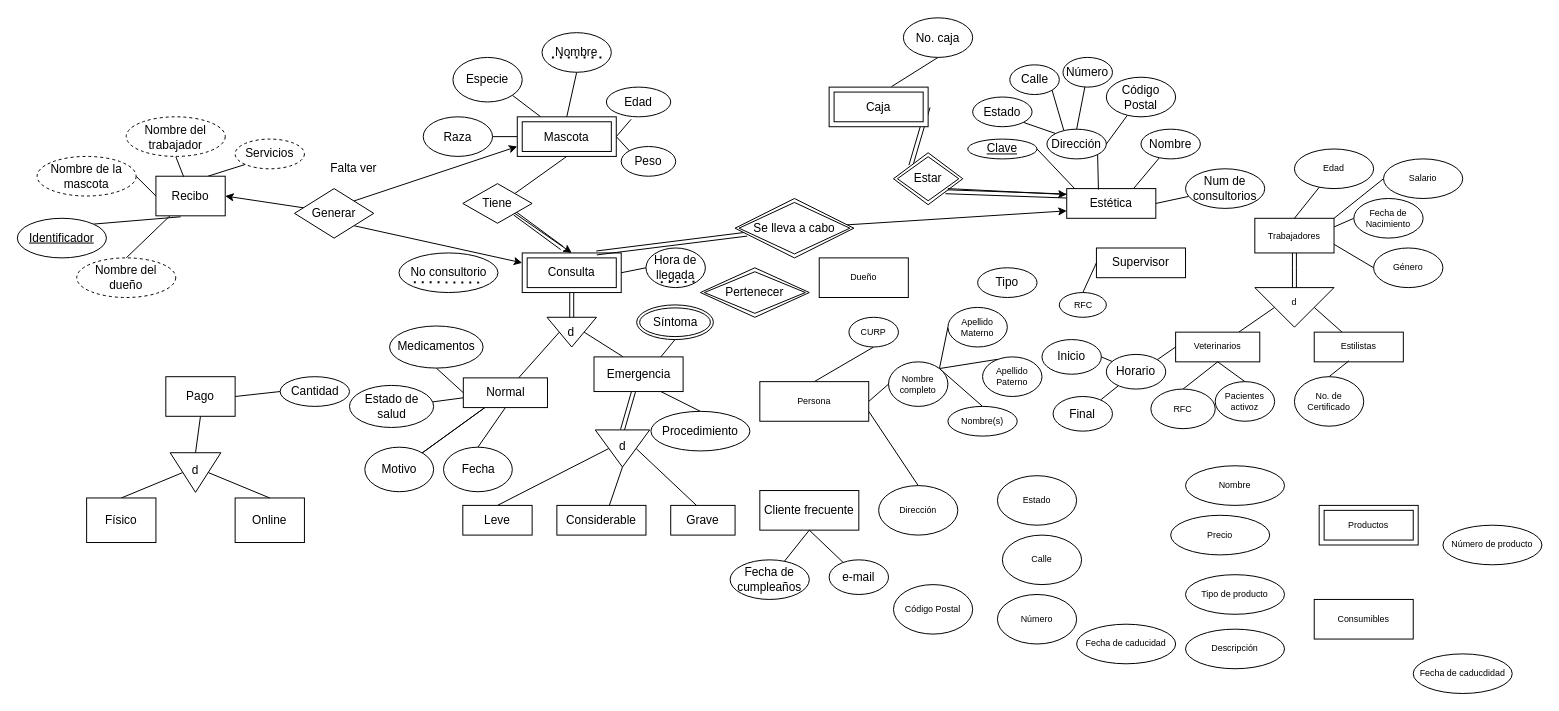
FBD-Alfa/Practica03 keeps this draw.io diagram as Untitled Diagram (1).drawio. Above is the earlier version. Source tidied: cells renumbered, new cells numbered last; positions are measured from the earlier drawing's top-left corner, leaving out a move shared by most shapes. Both pictures are drawn from the tidied source at 99%, with x=0, y=0 at pixel (17, 18).
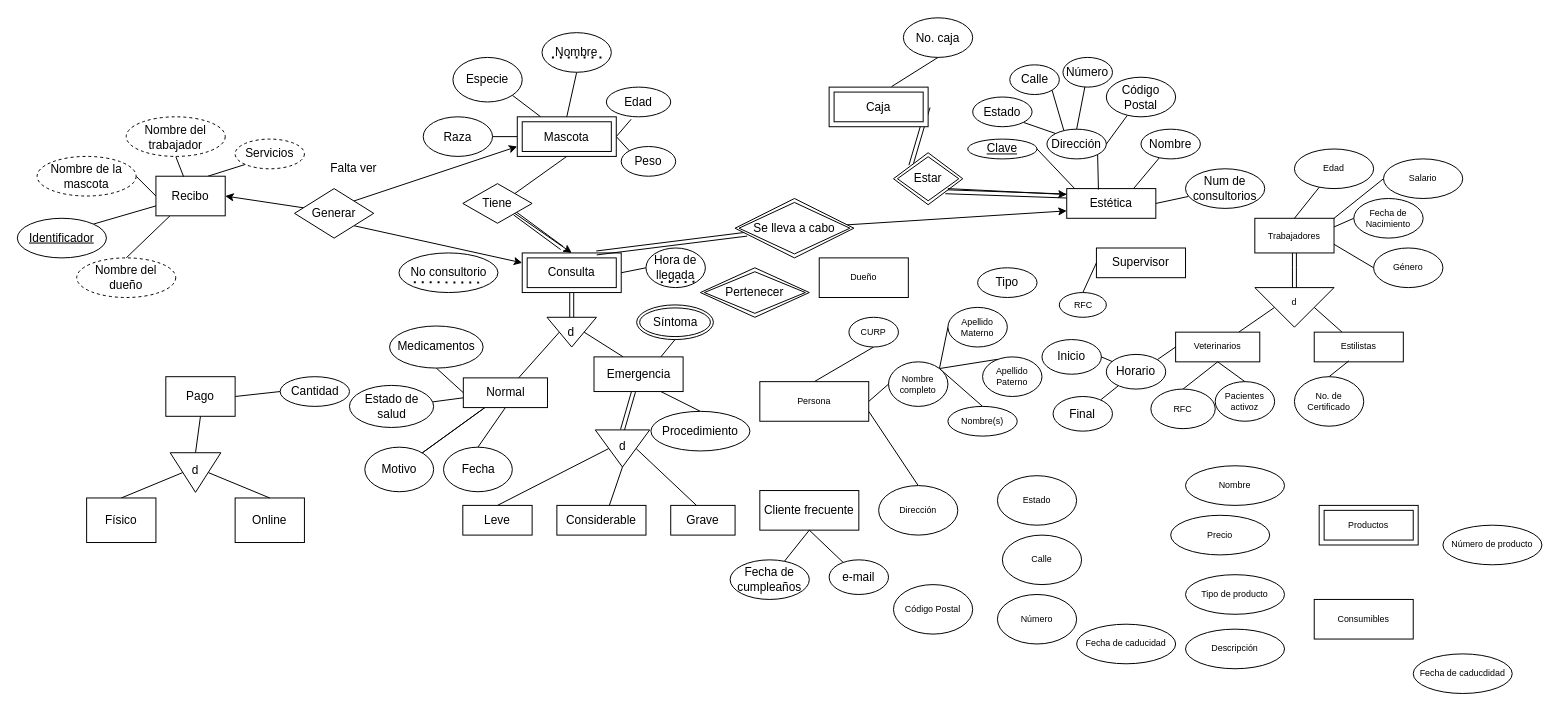
The same page after the edit.

Commit message:
Corregi una rayita de Identificador

Unchanged cells that the change refers to:
```xml
<mxCell id="140" value="Recibo" style="whiteSpace=wrap;html=1;align=center;" parent="1" vertex="1">
  <mxGeometry x="140" y="159.5" width="70" height="40" as="geometry" />
</mxCell>
<mxCell id="142" value="Identificador" style="ellipse;whiteSpace=wrap;html=1;align=center;fontStyle=4;" parent="1" vertex="1">
  <mxGeometry y="202" width="90" height="40" as="geometry" />
</mxCell>
```

The edit, as a diff of the source:
```diff
@@
-    <mxCell id="141" style="edgeStyle=none;rounded=0;jettySize=auto;html=1;exitX=1;exitY=0;exitDx=0;exitDy=0;entryX=0.357;entryY=1.025;entryDx=0;entryDy=0;entryPerimeter=0;endArrow=none;endFill=0;" parent="1" edge="1" source="142" target="140">
+    <mxCell id="141" style="edgeStyle=none;rounded=0;jettySize=auto;html=1;exitX=1;exitY=0;exitDx=0;exitDy=0;entryX=0;entryY=0.75;entryDx=0;entryDy=0;endArrow=none;endFill=0;" parent="1" edge="1" source="142" target="140">
       <mxGeometry relative="1" as="geometry" />
     </mxCell>
```
